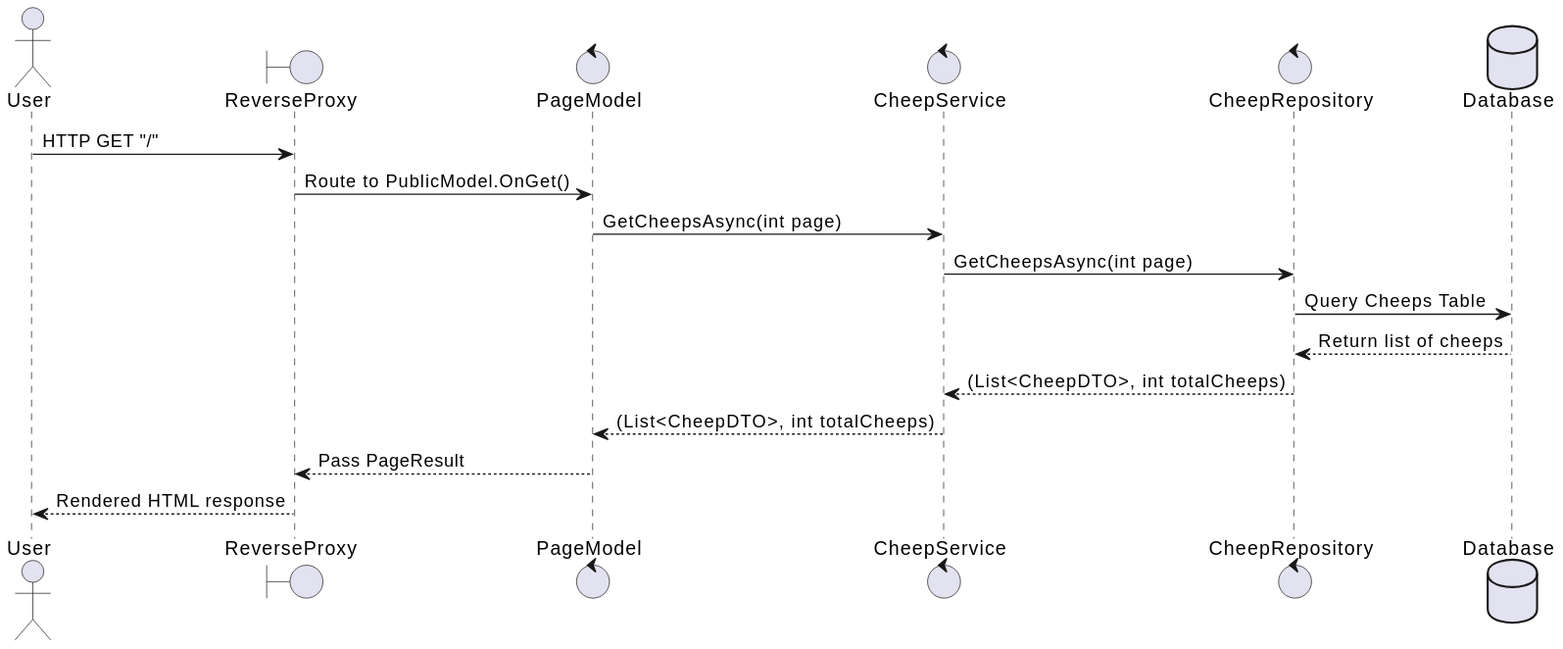
Above: docs/images/SequenceOfFunctionality.svg in ITU-BDSA2024-GROUP8/Chirp (PlantUML), before the change.
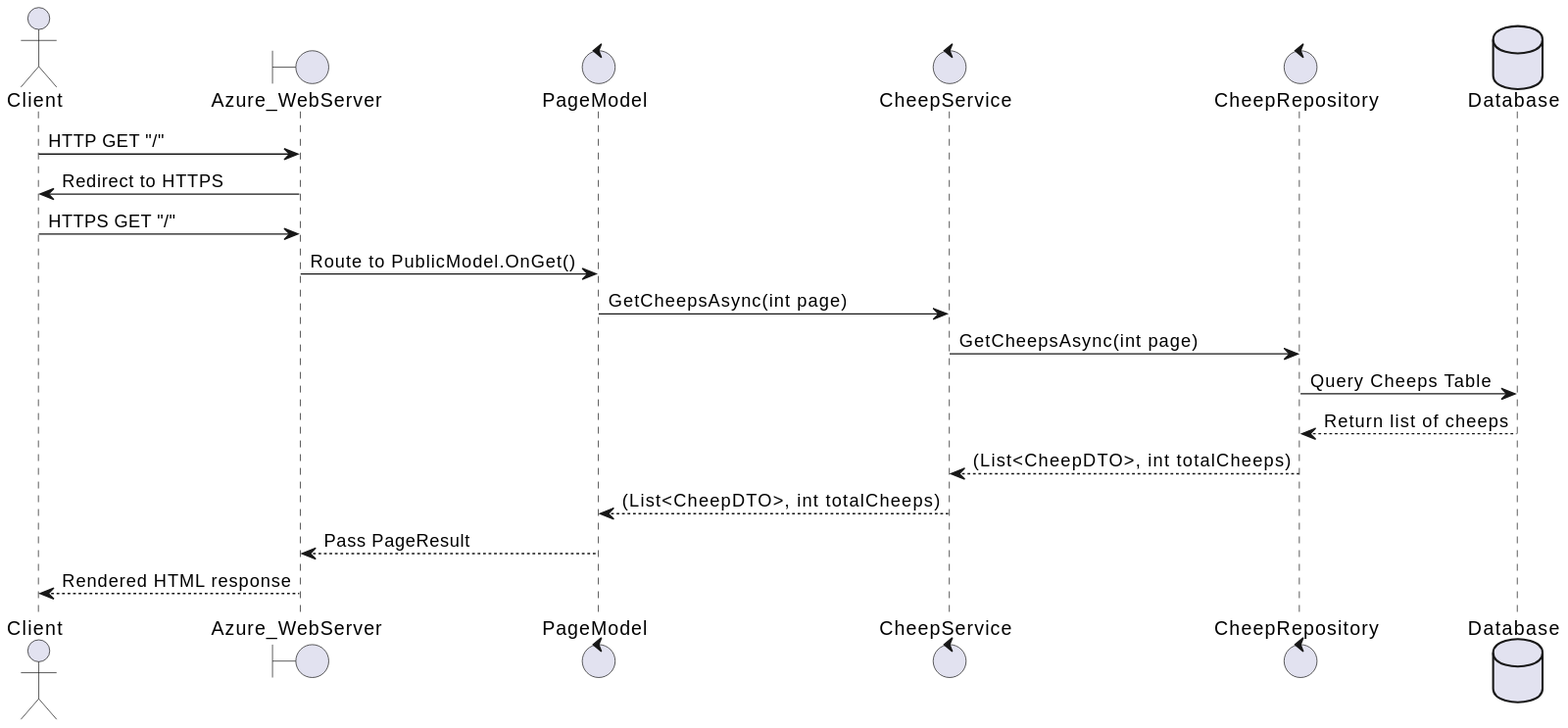
After the commit.

Change to the diagram source:
```diff
@@ -1,19 +1,21 @@
 @startuml
-actor User
-boundary ReverseProxy
+actor Client as User
+boundary Azure_WebServer as Azure
 control PageModel
 control CheepService
 control CheepRepository
 database Database
 
-User -> ReverseProxy: HTTP GET "/"
-ReverseProxy -> PageModel: Route to PublicModel.OnGet()
+User -> Azure: HTTP GET "/"
+Azure -> User: Redirect to HTTPS
+User -> Azure: HTTPS GET "/"
+Azure -> PageModel: Route to PublicModel.OnGet()
 PageModel -> CheepService: GetCheepsAsync(int page)
 CheepService -> CheepRepository: GetCheepsAsync(int page)
 CheepRepository -> Database: Query Cheeps Table
 Database --> CheepRepository: Return list of cheeps
 CheepRepository --> CheepService: (List<CheepDTO>, int totalCheeps)
 CheepService --> PageModel: (List<CheepDTO>, int totalCheeps)
-PageModel --> ReverseProxy: Pass PageResult
-ReverseProxy --> User: Rendered HTML response
+PageModel --> Azure: Pass PageResult
+Azure --> User: Rendered HTML response
 @enduml
```
